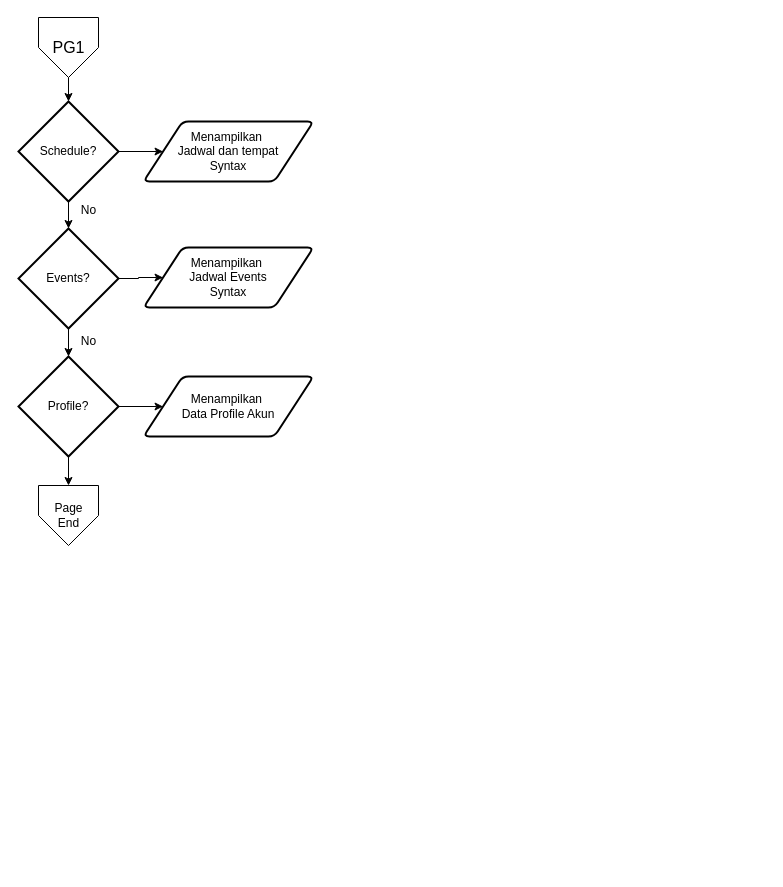
Above: page "Page-1" (1 of 2) of PG1.drawio in dapzz-id/DrawIO (draw.io), before the change. Source tidied: cells renumbered, new cells numbered last; positions are measured from the earlier drawing's top-left corner, leaving out a move shared by most shapes. Both pictures are drawn from the tidied source at 100%, with x=0, y=0 at pixel (18, 17).
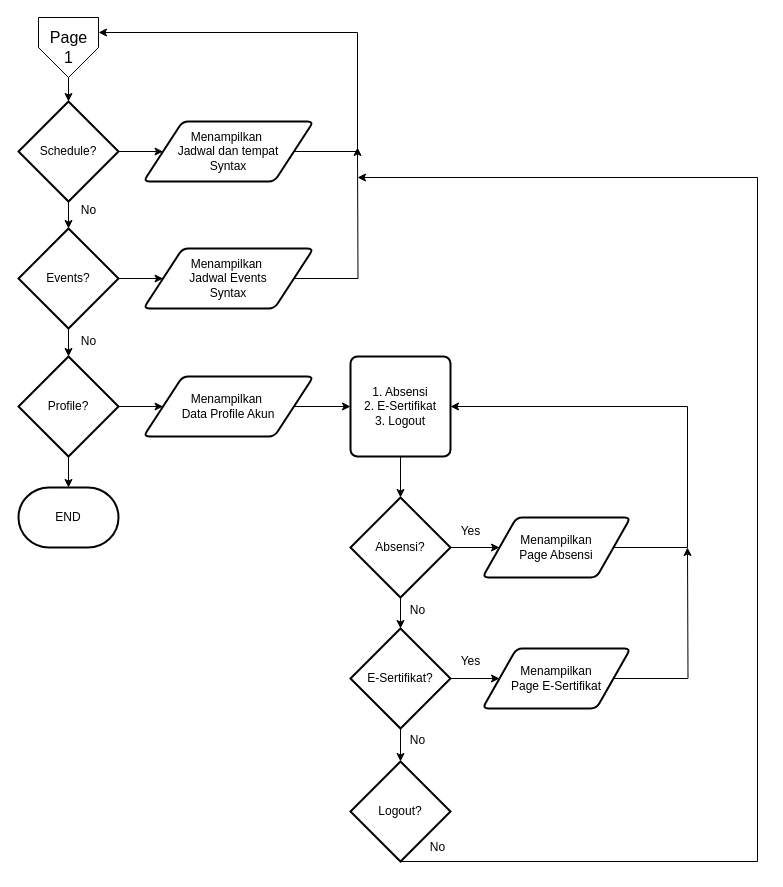
The same page after the edit.

Unchanged cells that the change refers to:
```xml
<mxCell id="11" value="Profile?" style="strokeWidth=2;html=1;shape=mxgraph.flowchart.decision;whiteSpace=wrap;" parent="1" vertex="1">
  <mxGeometry y="339" width="100" height="100" as="geometry" />
</mxCell>
<mxCell id="15" value="Menampilkan&amp;nbsp;&lt;div&gt;Jadwal dan tempat&lt;div&gt;Syntax&lt;/div&gt;&lt;/div&gt;" style="shape=parallelogram;html=1;strokeWidth=2;perimeter=parallelogramPerimeter;whiteSpace=wrap;rounded=1;arcSize=12;size=0.23;" parent="1" vertex="1">
  <mxGeometry x="125" y="104" width="170" height="60" as="geometry" />
</mxCell>
<mxCell id="17" value="Menampilkan&amp;nbsp;&lt;div&gt;Data Profile Akun&lt;/div&gt;" style="shape=parallelogram;html=1;strokeWidth=2;perimeter=parallelogramPerimeter;whiteSpace=wrap;rounded=1;arcSize=12;size=0.23;" parent="1" vertex="1">
  <mxGeometry x="125" y="359" width="170" height="60" as="geometry" />
</mxCell>
```

Diff of the diagram source:
```diff
@@
-    <mxCell id="2" value="&lt;font style=&quot;font-size: 16px;&quot;&gt;PG1&lt;/font&gt;" style="verticalLabelPosition=middle;verticalAlign=middle;html=1;shape=offPageConnector;rounded=0;size=0.5;labelPosition=center;align=center;" parent="1" vertex="1">
+    <mxCell id="2" value="&lt;font style=&quot;font-size: 16px;&quot;&gt;Page&lt;/font&gt;&lt;div&gt;&lt;font style=&quot;font-size: 16px;&quot;&gt;1&lt;/font&gt;&lt;/div&gt;" style="verticalLabelPosition=middle;verticalAlign=middle;html=1;shape=offPageConnector;rounded=0;size=0.5;labelPosition=center;align=center;" parent="1" vertex="1">
       <mxGeometry x="20" width="60" height="60" as="geometry" />
     </mxCell>
@@
-    <mxCell id="10" style="edgeStyle=orthogonalEdgeStyle;rounded=0;jettySize=auto;html=1;exitX=0.5;exitY=1;exitDx=0;exitDy=0;exitPerimeter=0;entryX=0.5;entryY=0;entryDx=0;entryDy=0;" parent="1" edge="1" source="11" target="18">
-      <mxGeometry relative="1" as="geometry" />
-    </mxCell>
+    <mxCell id="19" style="edgeStyle=orthogonalEdgeStyle;rounded=0;jettySize=auto;html=1;" parent="1" edge="1" source="11" target="23">
+      <mxGeometry relative="1" as="geometry" />
+    </mxCell>
@@
+    <mxCell id="20" style="edgeStyle=orthogonalEdgeStyle;rounded=0;jettySize=auto;html=1;exitX=1;exitY=0.5;exitDx=0;exitDy=0;entryX=1;entryY=0.25;entryDx=0;entryDy=0;" parent="1" edge="1" source="15" target="2">
+      <mxGeometry relative="1" as="geometry">
+        <Array as="points">
+          <mxPoint x="339" y="134" />
+          <mxPoint x="339" y="15" />
+        </Array>
+      </mxGeometry>
+    </mxCell>
@@
+    <mxCell id="21" style="edgeStyle=orthogonalEdgeStyle;rounded=0;jettySize=auto;html=1;exitX=1;exitY=0.5;exitDx=0;exitDy=0;" parent="1" edge="1" source="16">
+      <mxGeometry relative="1" as="geometry">
+        <mxPoint x="339" y="130" as="targetPoint" />
+      </mxGeometry>
+    </mxCell>
     <mxCell id="16" value="Menampilkan&amp;nbsp;&lt;div&gt;Jadwal Events&lt;div&gt;Syntax&lt;/div&gt;&lt;/div&gt;" style="shape=parallelogram;html=1;strokeWidth=2;perimeter=parallelogramPerimeter;whiteSpace=wrap;rounded=1;arcSize=12;size=0.23;" parent="1" vertex="1">
-      <mxGeometry x="125" y="230" width="170" height="60" as="geometry" />
+      <mxGeometry x="125" y="231" width="170" height="60" as="geometry" />
     </mxCell>
+    <mxCell id="22" style="edgeStyle=orthogonalEdgeStyle;rounded=0;jettySize=auto;html=1;" parent="1" edge="1" source="17" target="25">
+      <mxGeometry relative="1" as="geometry" />
+    </mxCell>
@@
-    <mxCell id="18" value="Page&lt;div&gt;End&lt;/div&gt;" style="verticalLabelPosition=middle;verticalAlign=middle;html=1;shape=offPageConnector;rounded=0;size=0.5;labelPosition=center;align=center;" parent="1" vertex="1">
-      <mxGeometry x="20" y="468" width="60" height="60" as="geometry" />
-    </mxCell>
+    <mxCell id="23" value="END" style="strokeWidth=2;html=1;shape=mxgraph.flowchart.terminator;whiteSpace=wrap;" parent="1" vertex="1">
+      <mxGeometry y="470" width="100" height="60" as="geometry" />
+    </mxCell>
+    <mxCell id="24" style="edgeStyle=orthogonalEdgeStyle;rounded=0;jettySize=auto;html=1;" parent="1" edge="1" source="25" target="28">
+      <mxGeometry relative="1" as="geometry" />
+    </mxCell>
+    <mxCell id="25" value="1. Absensi&lt;div&gt;2. E-Sertifikat&lt;/div&gt;&lt;div&gt;3. Logout&lt;/div&gt;" style="rounded=1;whiteSpace=wrap;html=1;absoluteArcSize=1;arcSize=14;strokeWidth=2;" parent="1" vertex="1">
+      <mxGeometry x="332" y="339" width="100" height="100" as="geometry" />
+    </mxCell>
+    <mxCell id="26" style="edgeStyle=orthogonalEdgeStyle;rounded=0;jettySize=auto;html=1;" parent="1" edge="1" source="28" target="30">
+      <mxGeometry relative="1" as="geometry" />
+    </mxCell>
+    <mxCell id="27" style="edgeStyle=orthogonalEdgeStyle;rounded=0;jettySize=auto;html=1;" parent="1" edge="1" source="28" target="34">
+      <mxGeometry relative="1" as="geometry" />
+    </mxCell>
+    <mxCell id="28" value="Absensi?" style="strokeWidth=2;html=1;shape=mxgraph.flowchart.decision;whiteSpace=wrap;" parent="1" vertex="1">
+      <mxGeometry x="332" y="480" width="100" height="100" as="geometry" />
+    </mxCell>
+    <mxCell id="29" style="edgeStyle=orthogonalEdgeStyle;rounded=0;jettySize=auto;html=1;exitX=1;exitY=0.5;exitDx=0;exitDy=0;entryX=1;entryY=0.5;entryDx=0;entryDy=0;" parent="1" edge="1" source="30" target="25">
+      <mxGeometry relative="1" as="geometry">
+        <Array as="points">
+          <mxPoint x="669" y="530" />
+          <mxPoint x="669" y="389" />
+        </Array>
+      </mxGeometry>
+    </mxCell>
+    <mxCell id="30" value="Menampilkan&lt;div&gt;Page Absensi&lt;/div&gt;" style="shape=parallelogram;html=1;strokeWidth=2;perimeter=parallelogramPerimeter;whiteSpace=wrap;rounded=1;arcSize=12;size=0.23;" parent="1" vertex="1">
+      <mxGeometry x="464" y="500" width="148" height="60" as="geometry" />
+    </mxCell>
+    <mxCell id="31" value="Yes" style="text;html=1;align=center;verticalAlign=middle;strokeColor=none;fillColor=none;" parent="1" vertex="1">
+      <mxGeometry x="432" y="499" width="40" height="30" as="geometry" />
+    </mxCell>
+    <mxCell id="32" style="edgeStyle=orthogonalEdgeStyle;rounded=0;jettySize=auto;html=1;" parent="1" edge="1" source="34" target="36">
+      <mxGeometry relative="1" as="geometry" />
+    </mxCell>
+    <mxCell id="33" style="edgeStyle=orthogonalEdgeStyle;rounded=0;jettySize=auto;html=1;" parent="1" edge="1" source="34" target="39">
+      <mxGeometry relative="1" as="geometry" />
+    </mxCell>
+    <mxCell id="34" value="E-Sertifikat?" style="strokeWidth=2;html=1;shape=mxgraph.flowchart.decision;whiteSpace=wrap;" parent="1" vertex="1">
+      <mxGeometry x="332" y="611" width="100" height="100" as="geometry" />
+    </mxCell>
+    <mxCell id="35" style="edgeStyle=orthogonalEdgeStyle;rounded=0;jettySize=auto;html=1;exitX=1;exitY=0.5;exitDx=0;exitDy=0;" parent="1" edge="1" source="36">
+      <mxGeometry relative="1" as="geometry">
+        <mxPoint x="669" y="530" as="targetPoint" />
+      </mxGeometry>
+    </mxCell>
+    <mxCell id="36" value="Menampilkan&lt;div&gt;Page E-Sertifikat&lt;/div&gt;" style="shape=parallelogram;html=1;strokeWidth=2;perimeter=parallelogramPerimeter;whiteSpace=wrap;rounded=1;arcSize=12;size=0.23;" parent="1" vertex="1">
+      <mxGeometry x="464" y="631" width="148" height="60" as="geometry" />
+    </mxCell>
+    <mxCell id="37" value="Yes" style="text;html=1;align=center;verticalAlign=middle;strokeColor=none;fillColor=none;" parent="1" vertex="1">
+      <mxGeometry x="432" y="629" width="40" height="30" as="geometry" />
+    </mxCell>
+    <mxCell id="38" style="edgeStyle=elbowEdgeStyle;rounded=0;jettySize=auto;html=1;exitX=0.5;exitY=1;exitDx=0;exitDy=0;exitPerimeter=0;" parent="1" edge="1" source="39">
+      <mxGeometry relative="1" as="geometry">
+        <mxPoint x="339" y="160" as="targetPoint" />
+        <Array as="points">
+          <mxPoint x="739" y="150" />
+          <mxPoint x="739" y="160" />
+          <mxPoint x="739" y="490" />
+        </Array>
+      </mxGeometry>
+    </mxCell>
+    <mxCell id="39" value="Logout?" style="strokeWidth=2;html=1;shape=mxgraph.flowchart.decision;whiteSpace=wrap;" parent="1" vertex="1">
+      <mxGeometry x="332" y="744" width="100" height="100" as="geometry" />
+    </mxCell>
+    <mxCell id="40" value="No" style="text;html=1;align=center;verticalAlign=middle;strokeColor=none;fillColor=none;" parent="1" vertex="1">
+      <mxGeometry x="399" y="815" width="40" height="30" as="geometry" />
+    </mxCell>
+    <mxCell id="41" value="No" style="text;html=1;align=center;verticalAlign=middle;strokeColor=none;fillColor=none;" parent="1" vertex="1">
+      <mxGeometry x="379" y="578" width="40" height="30" as="geometry" />
+    </mxCell>
+    <mxCell id="42" value="No" style="text;html=1;align=center;verticalAlign=middle;strokeColor=none;fillColor=none;" parent="1" vertex="1">
+      <mxGeometry x="379" y="708" width="40" height="30" as="geometry" />
+    </mxCell>
```
